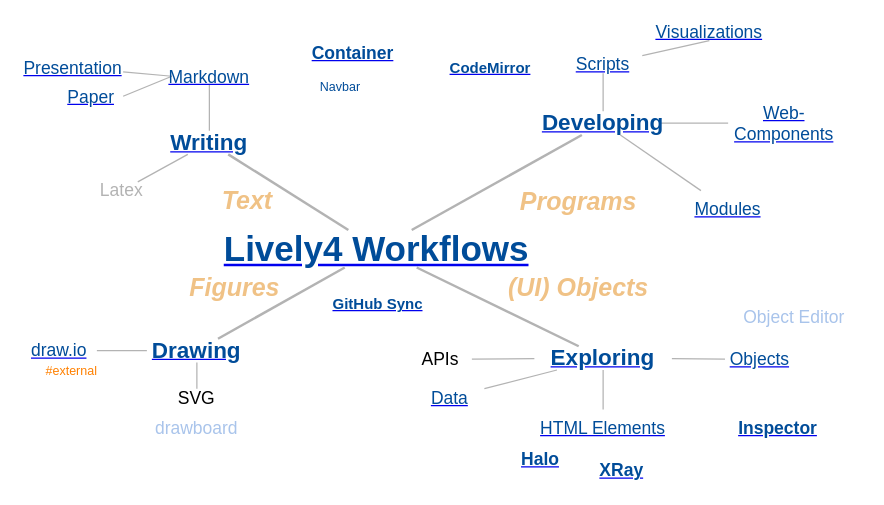
The draw.io diagram doc/figures/workflows.drawio in LivelyKernel/lively4-core, before the edit. Source tidied: cells renumbered, new cells numbered last; positions are measured from the earlier drawing's top-left corner, leaving out a move shared by most shapes. Both pictures are drawn from the tidied source at 125%, with x=0, y=0 at pixel (21, 22).
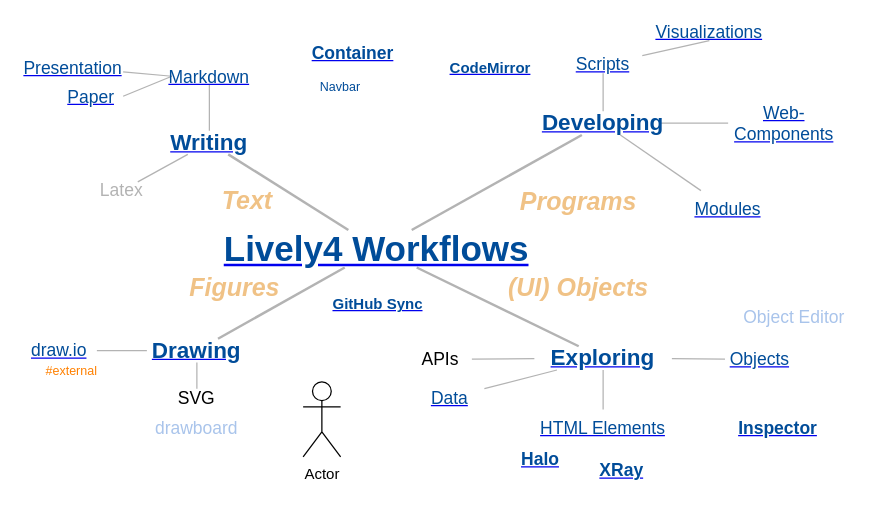
After the change.

What changed in the source:
```diff
@@
+    <mxCell id="53" value="Actor" style="shape=umlActor;verticalLabelPosition=bottom;labelBackgroundColor=#ffffff;verticalAlign=top;html=1;" parent="1" vertex="1">
+      <mxGeometry x="225" y="287" width="30" height="60" as="geometry" />
+    </mxCell>
```
